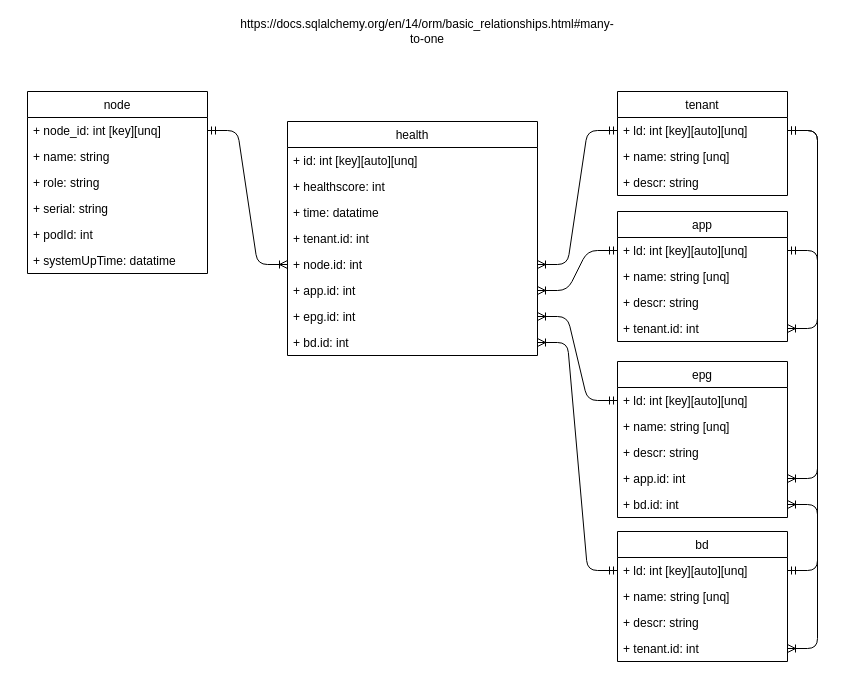
The draw.io diagram page "Page-1" (1 of 2) of database/aci_db_model.drawio in slakas/ACI_Health_with_DB_storage_and_custom_API, before the edit. Source tidied: cells renumbered, new cells numbered last; positions are measured from the earlier drawing's top-left corner, leaving out a move shared by most shapes. Both pictures are drawn from the tidied source at 100%, with x=0, y=0 at pixel (27, 21).
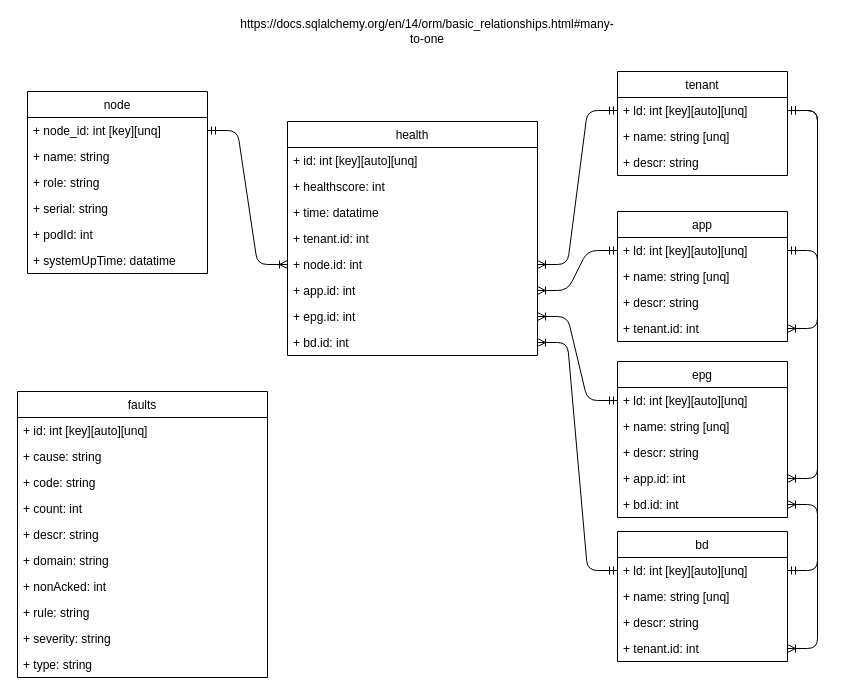
The same diagram, later.

The edit, as a diff of the source:
```diff
@@
     <mxCell id="2" value="tenant" style="swimlane;fontStyle=0;horizontal=1;startSize=26;fillColor=none;" parent="1" vertex="1">
-      <mxGeometry x="590" y="70" width="170" height="104" as="geometry" />
+      <mxGeometry x="590" y="50" width="170" height="104" as="geometry" />
     </mxCell>
@@
+    <mxCell id="48" value="faults" style="swimlane;fontStyle=0;horizontal=1;startSize=26;fillColor=none;" parent="1" vertex="1">
+      <mxGeometry x="-10" y="370" width="250" height="286" as="geometry" />
+    </mxCell>
+    <mxCell id="49" value="+ id: int [key][auto][unq]" style="text;strokeColor=none;fillColor=none;align=left;verticalAlign=top;spacingLeft=4;spacingRight=4;overflow=hidden;" parent="48" vertex="1">
+      <mxGeometry y="26" width="250" height="26" as="geometry" />
+    </mxCell>
+    <mxCell id="50" value="+ cause: string" style="text;strokeColor=none;fillColor=none;align=left;verticalAlign=top;spacingLeft=4;spacingRight=4;overflow=hidden;" parent="48" vertex="1">
+      <mxGeometry y="52" width="250" height="26" as="geometry" />
+    </mxCell>
+    <mxCell id="51" value="+ code: string" style="text;strokeColor=none;fillColor=none;align=left;verticalAlign=top;spacingLeft=4;spacingRight=4;overflow=hidden;" parent="48" vertex="1">
+      <mxGeometry y="78" width="250" height="26" as="geometry" />
+    </mxCell>
+    <mxCell id="52" value="+ count: int" style="text;strokeColor=none;fillColor=none;align=left;verticalAlign=top;spacingLeft=4;spacingRight=4;overflow=hidden;" parent="48" vertex="1">
+      <mxGeometry y="104" width="250" height="26" as="geometry" />
+    </mxCell>
+    <mxCell id="53" value="+ descr: string" style="text;strokeColor=none;fillColor=none;align=left;verticalAlign=top;spacingLeft=4;spacingRight=4;overflow=hidden;" parent="48" vertex="1">
+      <mxGeometry y="130" width="250" height="26" as="geometry" />
+    </mxCell>
+    <mxCell id="54" value="+ domain: string" style="text;strokeColor=none;fillColor=none;align=left;verticalAlign=top;spacingLeft=4;spacingRight=4;overflow=hidden;" parent="48" vertex="1">
+      <mxGeometry y="156" width="250" height="26" as="geometry" />
+    </mxCell>
+    <mxCell id="55" value="+ nonAcked: int" style="text;strokeColor=none;fillColor=none;align=left;verticalAlign=top;spacingLeft=4;spacingRight=4;overflow=hidden;" parent="48" vertex="1">
+      <mxGeometry y="182" width="250" height="26" as="geometry" />
+    </mxCell>
+    <mxCell id="56" value="+ rule: string" style="text;strokeColor=none;fillColor=none;align=left;verticalAlign=top;spacingLeft=4;spacingRight=4;overflow=hidden;" parent="48" vertex="1">
+      <mxGeometry y="208" width="250" height="26" as="geometry" />
+    </mxCell>
+    <mxCell id="57" value="+ severity: string" style="text;strokeColor=none;fillColor=none;align=left;verticalAlign=top;spacingLeft=4;spacingRight=4;overflow=hidden;" parent="48" vertex="1">
+      <mxGeometry y="234" width="250" height="26" as="geometry" />
+    </mxCell>
+    <mxCell id="58" value="+ type: string" style="text;strokeColor=none;fillColor=none;align=left;verticalAlign=top;spacingLeft=4;spacingRight=4;overflow=hidden;" parent="48" vertex="1">
+      <mxGeometry y="260" width="250" height="26" as="geometry" />
+    </mxCell>
```
